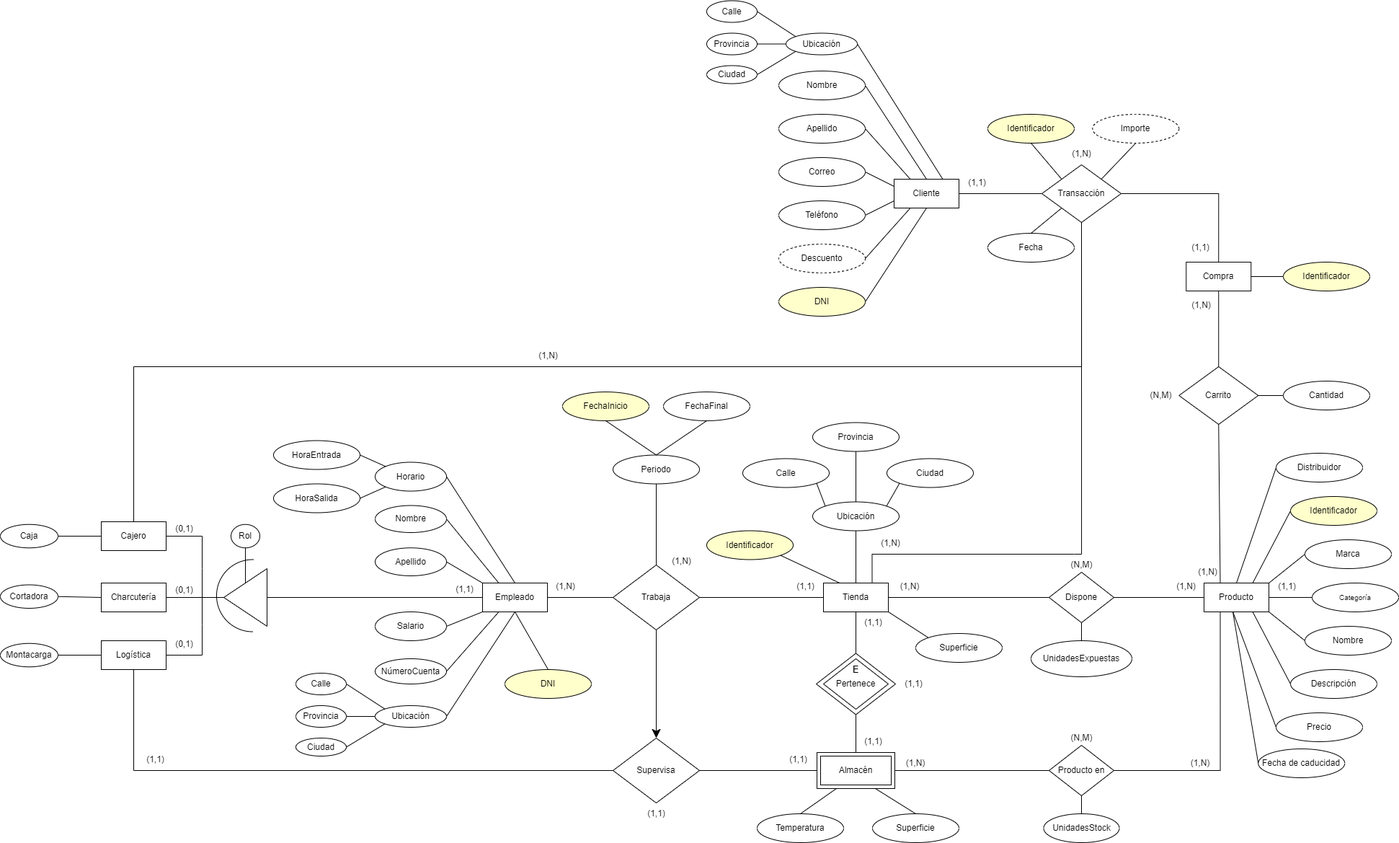
Before: img/DiagramaER.png, a diagram exported from draw.io (alu0101335148/ProyectoADBD). Source tidied: cells renumbered, new cells last; positions are measured from the earlier drawing's top-left corner, leaving out a move shared by most shapes.
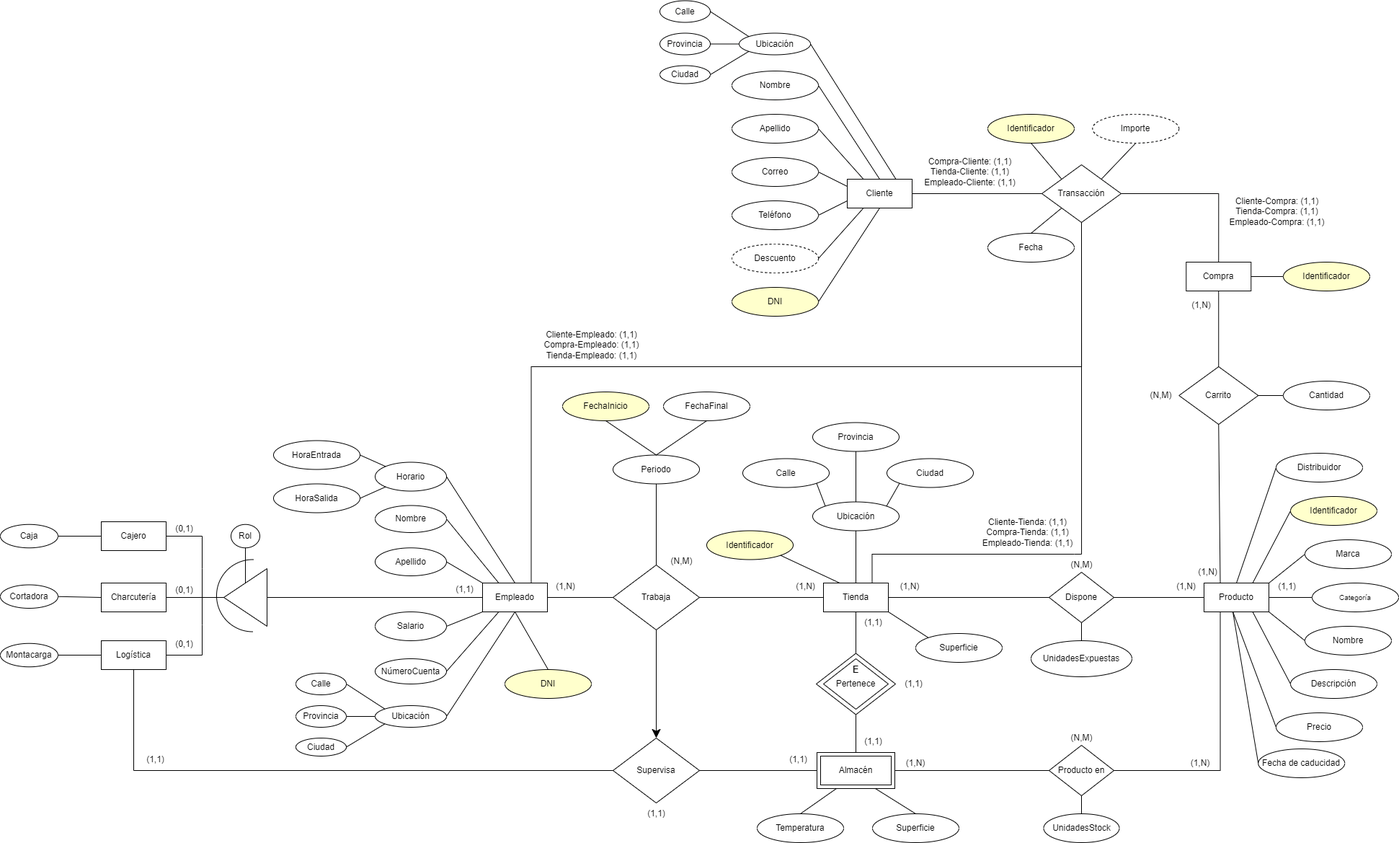
After the change.

The edit, as a diff of the source:
```diff
@@ -107,25 +107,25 @@
       <mxGeometry relative="1" as="geometry" />
     </mxCell>
     <mxCell id="36" value="Cliente" style="rounded=0;whiteSpace=wrap;html=1;" parent="1" vertex="1">
-      <mxGeometry x="1240" y="248" width="90" height="40" as="geometry" />
+      <mxGeometry x="1175" y="248" width="90" height="40" as="geometry" />
     </mxCell>
     <mxCell id="37" value="Nombre" style="ellipse;whiteSpace=wrap;html=1;" parent="1" vertex="1">
-      <mxGeometry x="1080" y="98" width="120" height="40" as="geometry" />
+      <mxGeometry x="1015" y="98" width="120" height="40" as="geometry" />
     </mxCell>
     <mxCell id="38" value="Apellido" style="ellipse;whiteSpace=wrap;html=1;" parent="1" vertex="1">
-      <mxGeometry x="1080" y="158" width="120" height="40" as="geometry" />
+      <mxGeometry x="1015" y="158" width="120" height="40" as="geometry" />
     </mxCell>
     <mxCell id="39" value="Empleado" style="rounded=0;whiteSpace=wrap;html=1;" parent="1" vertex="1">
       <mxGeometry x="669" y="808" width="90" height="40" as="geometry" />
     </mxCell>
     <mxCell id="40" value="Correo" style="ellipse;whiteSpace=wrap;html=1;" parent="1" vertex="1">
-      <mxGeometry x="1080" y="218" width="120" height="40" as="geometry" />
+      <mxGeometry x="1015" y="218" width="120" height="40" as="geometry" />
     </mxCell>
     <mxCell id="41" value="Descuento" style="ellipse;whiteSpace=wrap;html=1;dashed=1;" parent="1" vertex="1">
-      <mxGeometry x="1080" y="338" width="120" height="40" as="geometry" />
+      <mxGeometry x="1015" y="338" width="120" height="40" as="geometry" />
     </mxCell>
     <mxCell id="42" value="Teléfono" style="ellipse;whiteSpace=wrap;html=1;" parent="1" vertex="1">
-      <mxGeometry x="1080" y="278" width="120" height="40" as="geometry" />
+      <mxGeometry x="1015" y="278" width="120" height="40" as="geometry" />
     </mxCell>
     <mxCell id="43" value="Nombre" style="ellipse;whiteSpace=wrap;html=1;" parent="1" vertex="1">
       <mxGeometry x="520" y="700.5" width="99" height="37.5" as="geometry" />
@@ -134,7 +134,7 @@
       <mxGeometry x="520" y="759.2" width="99" height="38.8" as="geometry" />
     </mxCell>
     <mxCell id="45" value="DNI" style="ellipse;whiteSpace=wrap;html=1;fillColor=#FFFFCC;strokeColor=#000000;fontColor=#000000;" parent="1" vertex="1">
-      <mxGeometry x="1080" y="398" width="120" height="40" as="geometry" />
+      <mxGeometry x="1015" y="398" width="120" height="40" as="geometry" />
     </mxCell>
     <mxCell id="46" value="NúmeroCuenta" style="ellipse;whiteSpace=wrap;html=1;" parent="1" vertex="1">
       <mxGeometry x="520" y="913" width="99" height="35" as="geometry" />
@@ -466,13 +466,13 @@
     <mxCell id="143" value="(1,1)" style="text;html=1;align=center;verticalAlign=middle;strokeColor=none;fillColor=none;" parent="1" vertex="1">
       <mxGeometry x="1242" y="933" width="50" height="30" as="geometry" />
     </mxCell>
-    <mxCell id="144" value="(1,1)" style="text;html=1;align=center;verticalAlign=middle;strokeColor=none;fillColor=none;" parent="1" vertex="1">
+    <mxCell id="144" value="(1,N)" style="text;html=1;align=center;verticalAlign=middle;strokeColor=none;fillColor=none;" parent="1" vertex="1">
       <mxGeometry x="1092" y="798" width="50" height="30" as="geometry" />
     </mxCell>
     <mxCell id="145" value="(1,N)" style="text;html=1;align=center;verticalAlign=middle;strokeColor=none;fillColor=none;" parent="1" vertex="1">
       <mxGeometry x="759" y="798" width="50" height="30" as="geometry" />
     </mxCell>
-    <mxCell id="146" value="(1,N)" style="text;html=1;align=center;verticalAlign=middle;strokeColor=none;fillColor=none;" parent="1" vertex="1">
+    <mxCell id="146" value="(N,M)" style="text;html=1;align=center;verticalAlign=middle;strokeColor=none;fillColor=none;" parent="1" vertex="1">
       <mxGeometry x="920" y="763" width="50" height="30" as="geometry" />
     </mxCell>
     <mxCell id="147" value="(1,1)" style="text;html=1;align=center;verticalAlign=middle;strokeColor=none;fillColor=none;" parent="1" vertex="1">
@@ -496,18 +496,6 @@
     <mxCell id="153" value="(N,M)" style="text;html=1;align=center;verticalAlign=middle;strokeColor=none;fillColor=none;" parent="1" vertex="1">
       <mxGeometry x="1585.2" y="533" width="50" height="30" as="geometry" />
     </mxCell>
-    <mxCell id="154" value="(1,1)" style="text;html=1;align=center;verticalAlign=middle;strokeColor=none;fillColor=none;" parent="1" vertex="1">
-      <mxGeometry x="1640" y="328" width="50" height="30" as="geometry" />
-    </mxCell>
-    <mxCell id="155" value="(1,1)" style="text;html=1;align=center;verticalAlign=middle;strokeColor=none;fillColor=none;" parent="1" vertex="1">
-      <mxGeometry x="1330" y="238" width="50" height="30" as="geometry" />
-    </mxCell>
-    <mxCell id="156" value="(1,N)" style="text;html=1;align=center;verticalAlign=middle;strokeColor=none;fillColor=none;" parent="1" vertex="1">
-      <mxGeometry x="1475" y="198" width="50" height="30" as="geometry" />
-    </mxCell>
-    <mxCell id="157" value="(1,N)" style="text;html=1;align=center;verticalAlign=middle;strokeColor=none;fillColor=none;" parent="1" vertex="1">
-      <mxGeometry x="1210" y="738" width="50" height="30" as="geometry" />
-    </mxCell>
     <mxCell id="158" value="(1,1)" style="text;html=1;align=center;verticalAlign=middle;strokeColor=none;fillColor=none;" parent="1" vertex="1">
       <mxGeometry x="1082" y="1038" width="50" height="30" as="geometry" />
     </mxCell>
@@ -518,16 +506,16 @@
       <mxGeometry x="885" y="1113" width="50" height="30" as="geometry" />
     </mxCell>
     <mxCell id="161" value="Ubicación" style="ellipse;whiteSpace=wrap;html=1;" parent="1" vertex="1">
-      <mxGeometry x="1090" y="45.5" width="99" height="30" as="geometry" />
+      <mxGeometry x="1025" y="45.5" width="99" height="30" as="geometry" />
     </mxCell>
     <mxCell id="162" value="Calle" style="ellipse;whiteSpace=wrap;html=1;" parent="1" vertex="1">
-      <mxGeometry x="980" y="0.5" width="70" height="30" as="geometry" />
+      <mxGeometry x="915" y="0.5" width="70" height="30" as="geometry" />
     </mxCell>
     <mxCell id="163" value="Ciudad" style="ellipse;whiteSpace=wrap;html=1;" parent="1" vertex="1">
-      <mxGeometry x="980" y="90.5" width="70" height="25" as="geometry" />
+      <mxGeometry x="915" y="90.5" width="70" height="25" as="geometry" />
     </mxCell>
     <mxCell id="164" value="Provincia" style="ellipse;whiteSpace=wrap;html=1;" parent="1" vertex="1">
-      <mxGeometry x="980" y="45.5" width="70" height="30" as="geometry" />
+      <mxGeometry x="915" y="45.5" width="70" height="30" as="geometry" />
     </mxCell>
     <mxCell id="165" style="endArrow=none;html=1;rounded=0;startSize=14;endSize=14;sourcePerimeterSpacing=8;targetPerimeterSpacing=8;curved=1;entryX=0;entryY=0.5;entryDx=0;entryDy=0;exitX=1;exitY=0.5;exitDx=0;exitDy=0;" parent="1" edge="1" source="164" target="161">
       <mxGeometry relative="1" as="geometry" />
@@ -550,16 +538,16 @@
     <mxCell id="171" style="endArrow=none;html=1;rounded=0;startSize=14;endSize=14;sourcePerimeterSpacing=8;targetPerimeterSpacing=8;curved=1;exitX=0;exitY=1;exitDx=0;exitDy=0;entryX=0.5;entryY=0;entryDx=0;entryDy=0;" parent="1" edge="1" source="119" target="170">
       <mxGeometry relative="1" as="geometry" />
     </mxCell>
-    <mxCell id="172" style="endArrow=none;html=1;rounded=0;startSize=14;endSize=14;sourcePerimeterSpacing=8;targetPerimeterSpacing=8;exitX=0.5;exitY=1;exitDx=0;exitDy=0;entryX=0.5;entryY=0;entryDx=0;entryDy=0;strokeColor=default;edgeStyle=orthogonalEdgeStyle;" parent="1" edge="1" source="119" target="107">
+    <mxCell id="172" style="endArrow=none;html=1;rounded=0;startSize=14;endSize=14;sourcePerimeterSpacing=8;targetPerimeterSpacing=8;exitX=0.5;exitY=1;exitDx=0;exitDy=0;entryX=0.75;entryY=0;entryDx=0;entryDy=0;strokeColor=default;edgeStyle=orthogonalEdgeStyle;" parent="1" edge="1" source="119" target="39">
       <mxGeometry relative="1" as="geometry">
         <Array as="points">
           <mxPoint x="1500" y="508" />
-          <mxPoint x="185" y="508" />
+          <mxPoint x="737" y="508" />
         </Array>
       </mxGeometry>
     </mxCell>
-    <mxCell id="173" value="(1,N)" style="text;html=1;align=center;verticalAlign=middle;strokeColor=none;fillColor=none;" parent="1" vertex="1">
-      <mxGeometry x="735" y="478" width="50" height="30" as="geometry" />
+    <mxCell id="173" value="Cliente-Empleado: (1,1)&lt;br&gt;Compra-Empleado: (1,1)&lt;br&gt;Tienda-Empleado: (1,1)" style="text;html=1;align=center;verticalAlign=middle;strokeColor=none;fillColor=none;" parent="1" vertex="1">
+      <mxGeometry x="740" y="448" width="160" height="60" as="geometry" />
     </mxCell>
     <mxCell id="174" value="Fecha de caducidad" style="ellipse;whiteSpace=wrap;html=1;" parent="1" vertex="1">
       <mxGeometry x="1745.2" y="1038" width="120" height="40" as="geometry" />
@@ -575,5 +563,14 @@
     <mxCell id="177" style="endArrow=none;html=1;rounded=0;startSize=14;endSize=14;sourcePerimeterSpacing=8;targetPerimeterSpacing=8;curved=1;exitX=0;exitY=0.5;exitDx=0;exitDy=0;entryX=1;entryY=0.5;entryDx=0;entryDy=0;" parent="1" edge="1" source="176" target="127">
       <mxGeometry relative="1" as="geometry" />
     </mxCell>
+    <mxCell id="178" value="Cliente-Tienda: (1,1)&lt;br&gt;Compra-Tienda: (1,1)&lt;br&gt;Empleado-Tienda: (1,1)" style="text;html=1;align=center;verticalAlign=middle;strokeColor=none;fillColor=none;" parent="1" vertex="1">
+      <mxGeometry x="1350" y="708" width="150" height="60" as="geometry" />
+    </mxCell>
+    <mxCell id="179" value="Cliente-Compra: (1,1)&lt;br&gt;Tienda-Compra: (1,1)&lt;br&gt;Empleado-Compra: (1,1)" style="text;html=1;align=center;verticalAlign=middle;strokeColor=none;fillColor=none;" parent="1" vertex="1">
+      <mxGeometry x="1690.5" y="263" width="160" height="60" as="geometry" />
+    </mxCell>
+    <mxCell id="180" value="Compra-Cliente: (1,1)&lt;br&gt;Tienda-Cliente: (1,1)&lt;br&gt;Empleado-Cliente: (1,1)" style="text;html=1;align=center;verticalAlign=middle;strokeColor=none;fillColor=none;" parent="1" vertex="1">
+      <mxGeometry x="1270" y="208" width="150" height="60" as="geometry" />
+    </mxCell>
   </root>
 </mxGraphModel>
```
